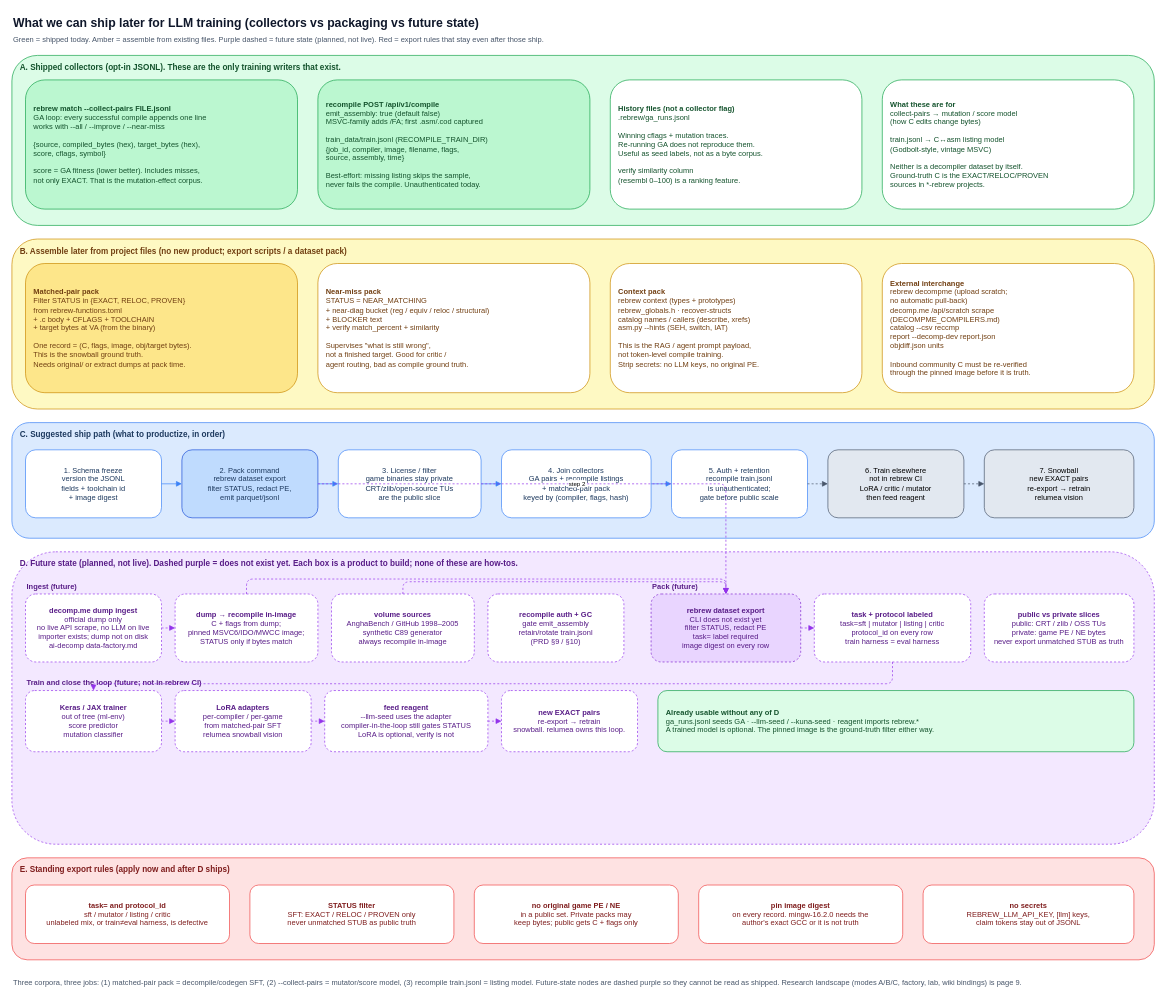
Before: page "8. LLM training export" (8 of 9) of docs/architecture.drawio in maci0/rebrew, a draw.io diagram. Source tidied: cells renumbered, new cells numbered last; positions are measured from the earlier drawing's top-left corner, leaving out a move shared by most shapes. Both pictures are drawn from the tidied source at 68%, with x=0, y=0 at pixel (12, 12).
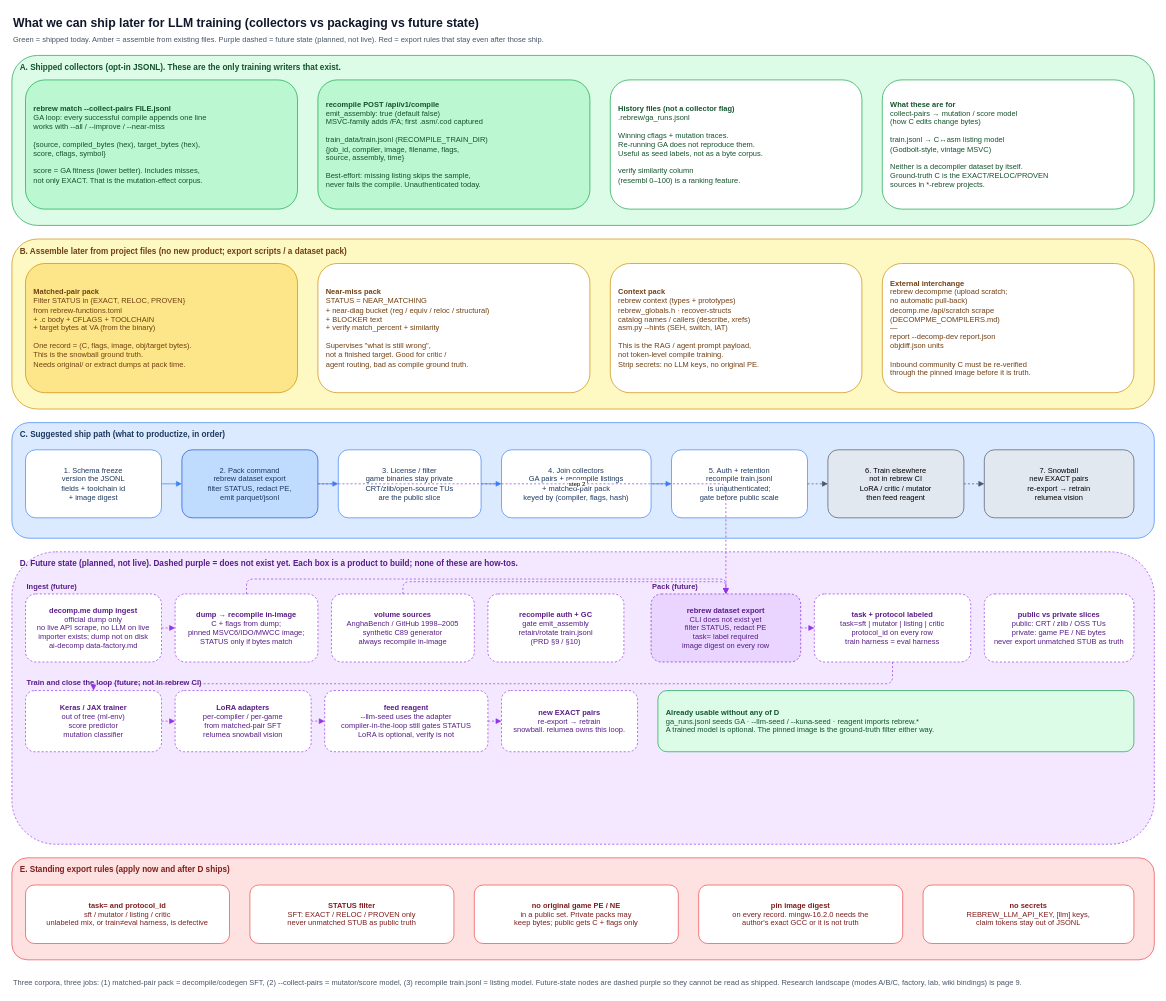
The same page after the edit.

The edit, as a diff of the source:
```diff
@@
-    <mxCell id="13" value="&lt;b&gt;External interchange&lt;/b&gt;&lt;br&gt;rebrew decompme  (upload scratch;&lt;br&gt;no automatic pull-back)&lt;br&gt;decomp.me /api/scratch scrape&lt;br&gt;(DECOMPME_COMPILERS.md)&lt;br&gt;catalog --csv  reccmp&lt;br&gt;report --decomp-dev  report.json&lt;br&gt;objdiff.json units&lt;br&gt;&lt;br&gt;Inbound community C must be re-verified&lt;br&gt;through the pinned image before it is truth." style="rounded=1;whiteSpace=wrap;html=1;fillColor=#ffffff;strokeColor=#ca8a04;fontColor=#713f12;align=left;spacingLeft=10;fontSize=11;" parent="1" vertex="1">
+    <mxCell id="13" value="&lt;b&gt;External interchange&lt;/b&gt;&lt;br&gt;rebrew decompme  (upload scratch;&lt;br&gt;no automatic pull-back)&lt;br&gt;decomp.me /api/scratch scrape&lt;br&gt;(DECOMPME_COMPILERS.md)&lt;br&gt;—&lt;br&gt;report --decomp-dev  report.json&lt;br&gt;objdiff.json units&lt;br&gt;&lt;br&gt;Inbound community C must be re-verified&lt;br&gt;through the pinned image before it is truth." style="rounded=1;whiteSpace=wrap;html=1;fillColor=#ffffff;strokeColor=#ca8a04;fontColor=#713f12;align=left;spacingLeft=10;fontSize=11;" parent="1" vertex="1">
       <mxGeometry x="1280" y="370" width="370" height="190" as="geometry" />
     </mxCell>
```
